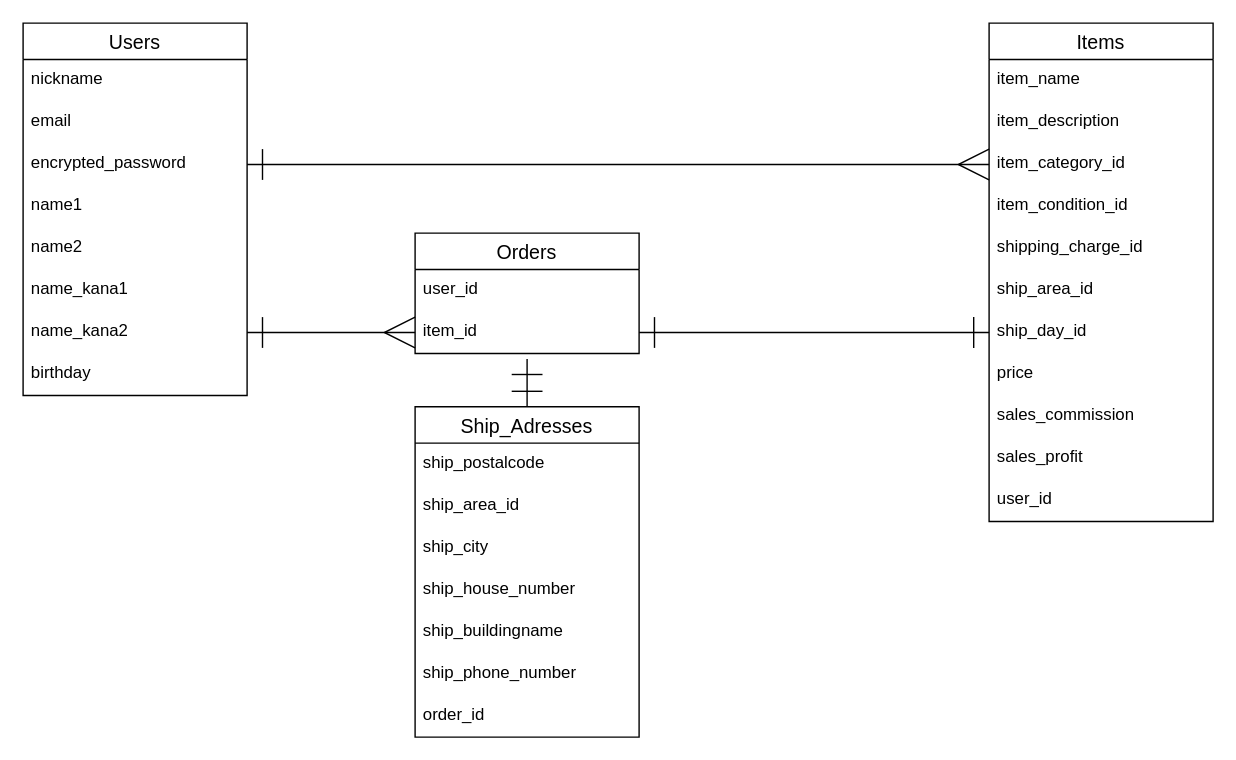
Above: er.dio in chie-python/furima-38879 (draw.io), before the change. Source tidied: cells renumbered, new cells numbered last; positions are measured from the earlier drawing's top-left corner, leaving out a move shared by most shapes. Both pictures are drawn from the tidied source at 140%, with x=0, y=0 at pixel (22, 22).
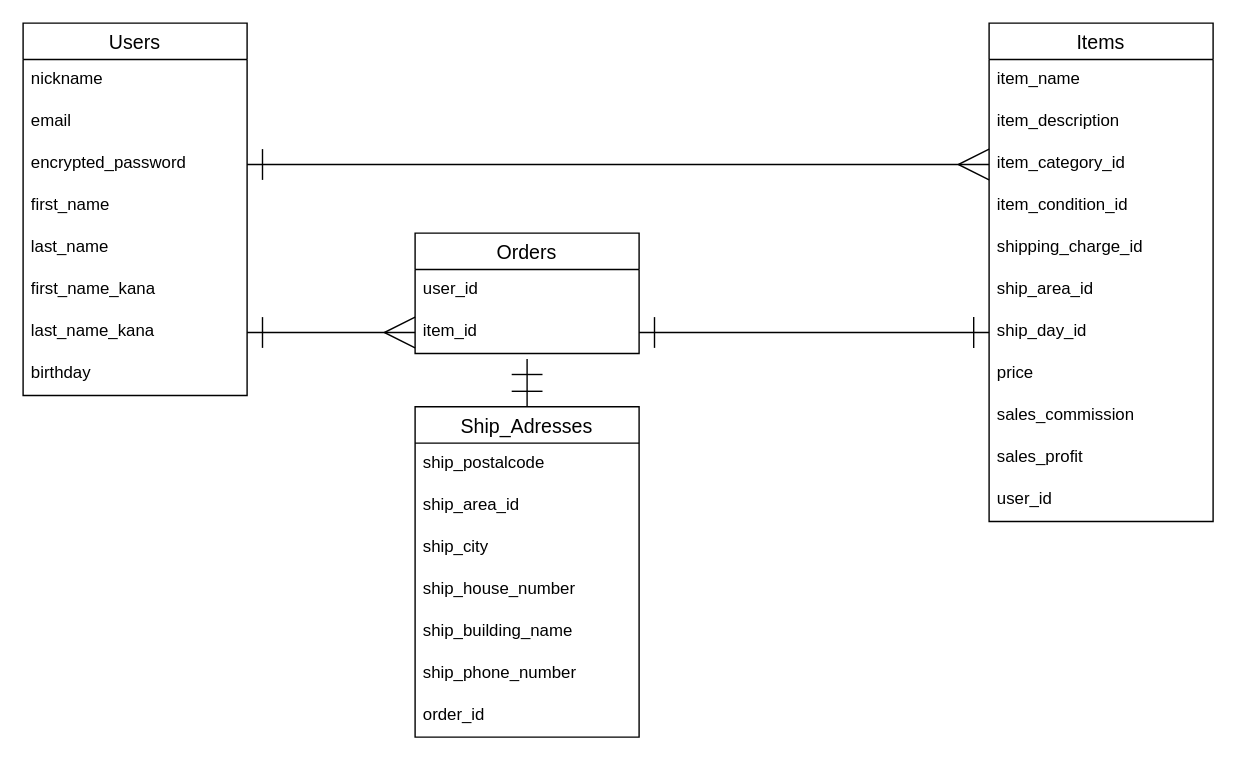
Above is the later version.

Commit message (it also covers changes not shown here):
データベース設計修正＃3

Unchanged cells that the change refers to:
```xml
<mxCell id="2" value="Users" style="swimlane;fontStyle=0;horizontal=1;startSize=26;align=center;fontSize=14;" parent="1" vertex="1">
  <mxGeometry width="160" height="266" as="geometry" />
</mxCell>
<mxCell id="26" value="Ship_Adresses" style="swimlane;fontStyle=0;horizontal=1;startSize=26;align=center;fontSize=14;" parent="1" vertex="1">
  <mxGeometry x="280" y="274" width="160" height="236" as="geometry" />
</mxCell>
```

What changed in the source:
```diff
@@
-    <mxCell id="6" value="name1" style="text;strokeColor=none;fillColor=none;spacingLeft=4;spacingRight=4;overflow=hidden;fontSize=12;" parent="2" vertex="1">
+    <mxCell id="6" value="first_name" style="text;strokeColor=none;fillColor=none;spacingLeft=4;spacingRight=4;overflow=hidden;fontSize=12;" parent="2" vertex="1">
       <mxGeometry y="116" width="160" height="30" as="geometry" />
     </mxCell>
-    <mxCell id="7" value="name2" style="text;strokeColor=none;fillColor=none;spacingLeft=4;spacingRight=4;overflow=hidden;fontSize=12;" parent="2" vertex="1">
+    <mxCell id="7" value="last_name" style="text;strokeColor=none;fillColor=none;spacingLeft=4;spacingRight=4;overflow=hidden;fontSize=12;" parent="2" vertex="1">
       <mxGeometry y="146" width="160" height="30" as="geometry" />
     </mxCell>
-    <mxCell id="8" value="name_kana1" style="text;strokeColor=none;fillColor=none;spacingLeft=4;spacingRight=4;overflow=hidden;fontSize=12;" parent="2" vertex="1">
+    <mxCell id="8" value="first_name_kana" style="text;strokeColor=none;fillColor=none;spacingLeft=4;spacingRight=4;overflow=hidden;fontSize=12;" parent="2" vertex="1">
       <mxGeometry y="176" width="160" height="30" as="geometry" />
     </mxCell>
-    <mxCell id="9" value="name_kana2" style="text;strokeColor=none;fillColor=none;spacingLeft=4;spacingRight=4;overflow=hidden;points=[[0,0.5],[1,0.5]];portConstraint=eastwest;fontSize=12;" parent="2" vertex="1">
+    <mxCell id="9" value="last_name_kana" style="text;strokeColor=none;fillColor=none;spacingLeft=4;spacingRight=4;overflow=hidden;points=[[0,0.5],[1,0.5]];portConstraint=eastwest;fontSize=12;" parent="2" vertex="1">
       <mxGeometry y="206" width="160" height="30" as="geometry" />
     </mxCell>
@@
-    <mxCell id="31" value="ship_buildingname" style="text;strokeColor=none;fillColor=none;spacingLeft=4;spacingRight=4;overflow=hidden;fontSize=12;" parent="26" vertex="1">
+    <mxCell id="31" value="ship_building_name" style="text;strokeColor=none;fillColor=none;spacingLeft=4;spacingRight=4;overflow=hidden;fontSize=12;" parent="26" vertex="1">
       <mxGeometry y="146" width="160" height="30" as="geometry" />
     </mxCell>
```
